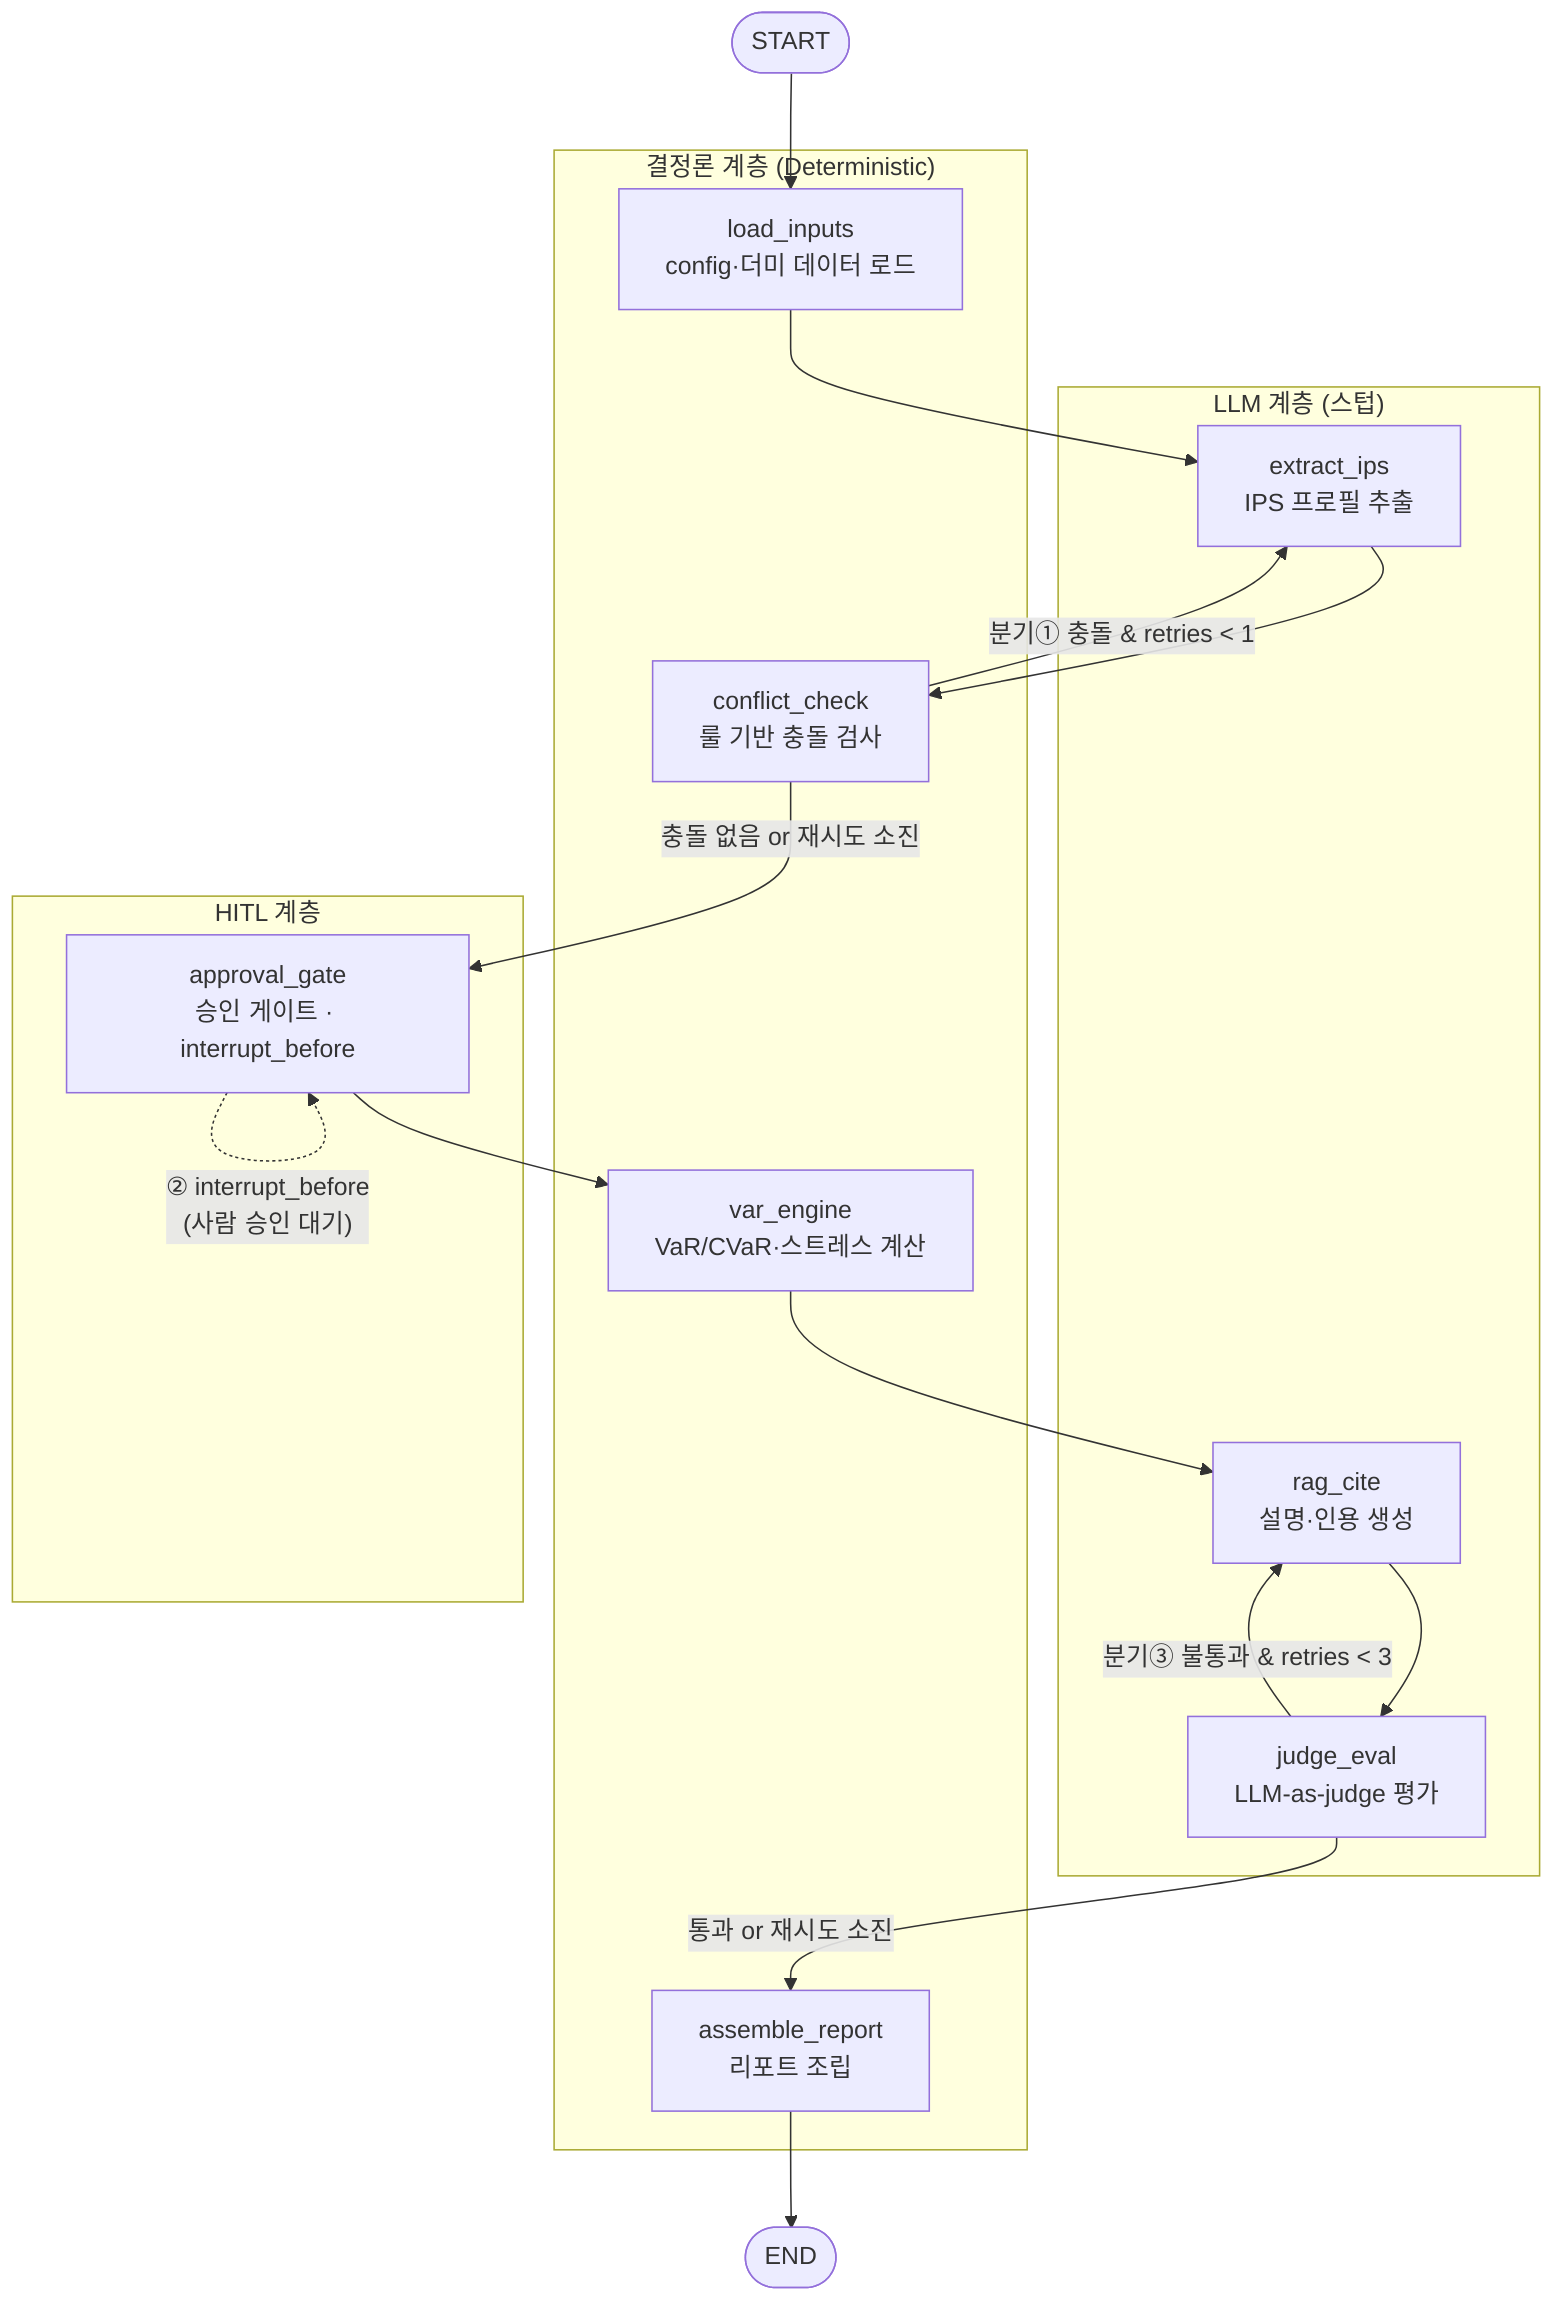
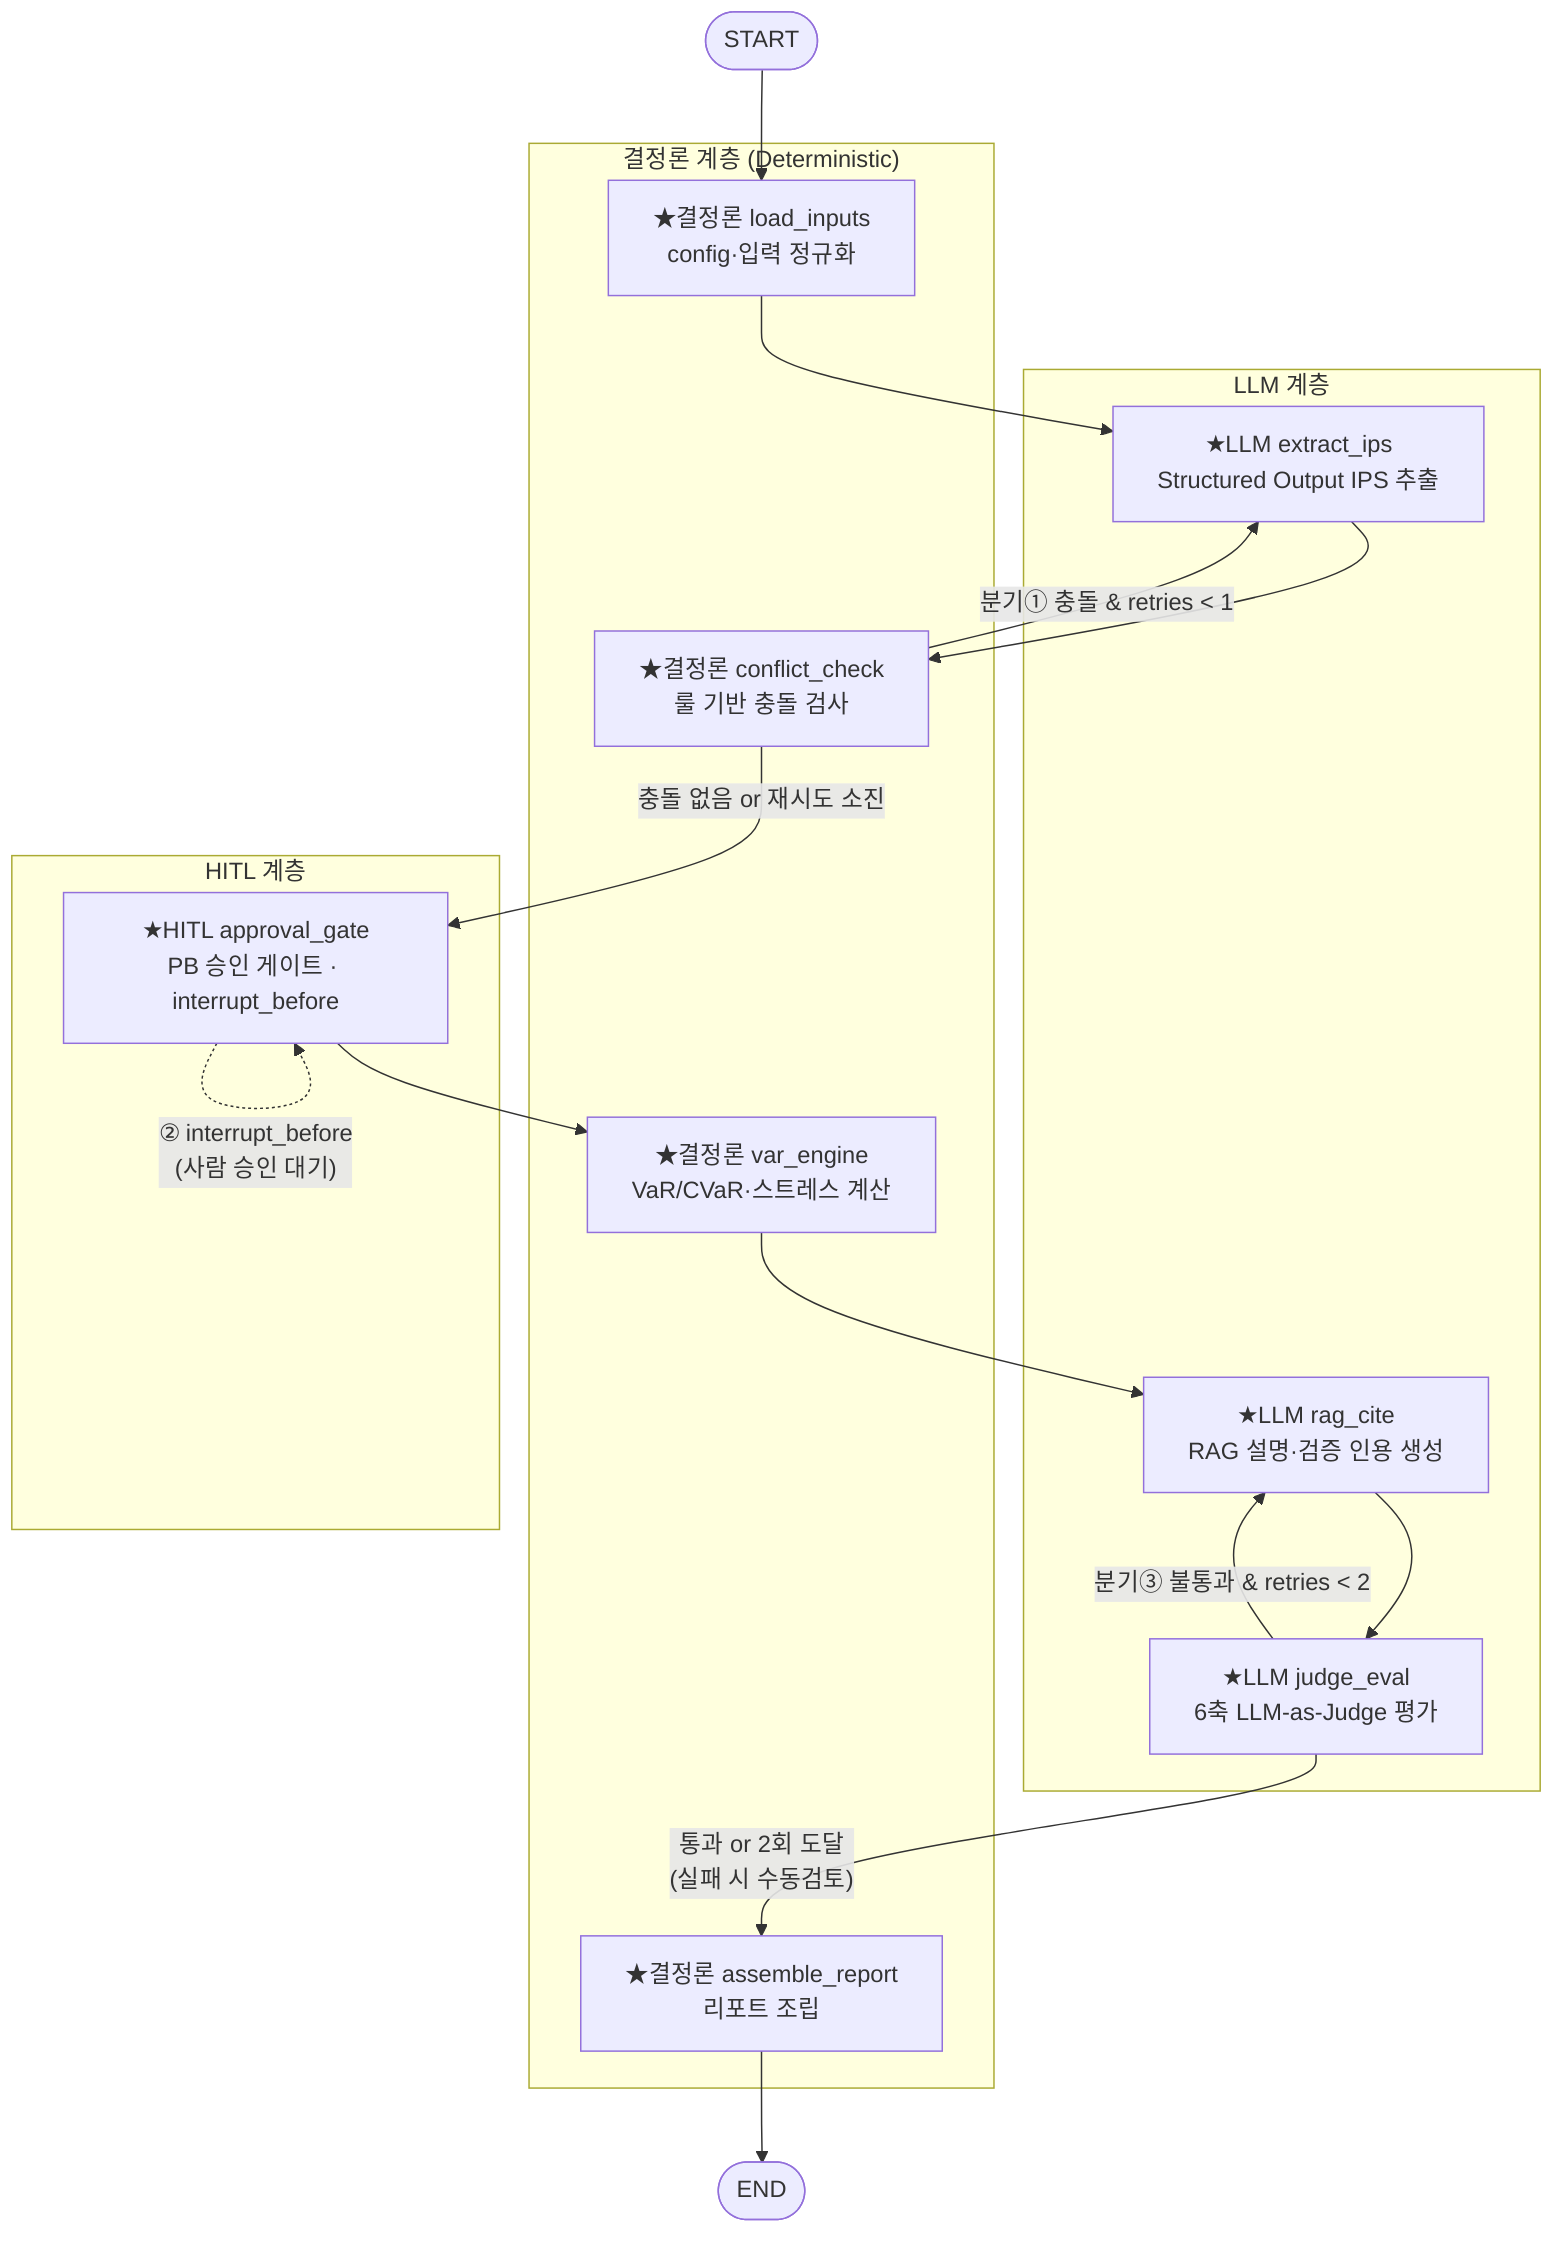
flowchart TD
    START([START]) --> load_inputs

    subgraph DET["결정론 계층 (Deterministic)"]
-         load_inputs[load_inputs<br/>config·더미 데이터 로드]
-         conflict_check[conflict_check<br/>룰 기반 충돌 검사]
-         var_engine[var_engine<br/>VaR/CVaR·스트레스 계산]
-         assemble_report[assemble_report<br/>리포트 조립]
+         load_inputs["★결정론 load_inputs<br/>config·입력 정규화"]
+         conflict_check["★결정론 conflict_check<br/>룰 기반 충돌 검사"]
+         var_engine["★결정론 var_engine<br/>VaR/CVaR·스트레스 계산"]
+         assemble_report["★결정론 assemble_report<br/>리포트 조립"]
    end

-     subgraph LLM["LLM 계층 (스텁)"]
-         extract_ips[extract_ips<br/>IPS 프로필 추출]
-         rag_cite[rag_cite<br/>설명·인용 생성]
-         judge_eval[judge_eval<br/>LLM-as-judge 평가]
+     subgraph LLM["LLM 계층"]
+         extract_ips["★LLM extract_ips<br/>Structured Output IPS 추출"]
+         rag_cite["★LLM rag_cite<br/>RAG 설명·검증 인용 생성"]
+         judge_eval["★LLM judge_eval<br/>6축 LLM-as-Judge 평가"]
    end

    subgraph HITL["HITL 계층"]
-         approval_gate[approval_gate<br/>승인 게이트 · interrupt_before]
+         approval_gate["★HITL approval_gate<br/>PB 승인 게이트 · interrupt_before"]
    end

    load_inputs --> extract_ips
    extract_ips --> conflict_check
    conflict_check -- "분기① 충돌 & retries < 1" --> extract_ips
    conflict_check -- "충돌 없음 or 재시도 소진" --> approval_gate
    approval_gate -. "② interrupt_before<br/>(사람 승인 대기)" .-> approval_gate
    approval_gate --> var_engine
    var_engine --> rag_cite
    rag_cite --> judge_eval
-     judge_eval -- "분기③ 불통과 & retries < 3" --> rag_cite
-     judge_eval -- "통과 or 재시도 소진" --> assemble_report
+     judge_eval -- "분기③ 불통과 & retries < 2" --> rag_cite
+     judge_eval -- "통과 or 2회 도달<br/>(실패 시 수동검토)" --> assemble_report
    assemble_report --> END([END])
